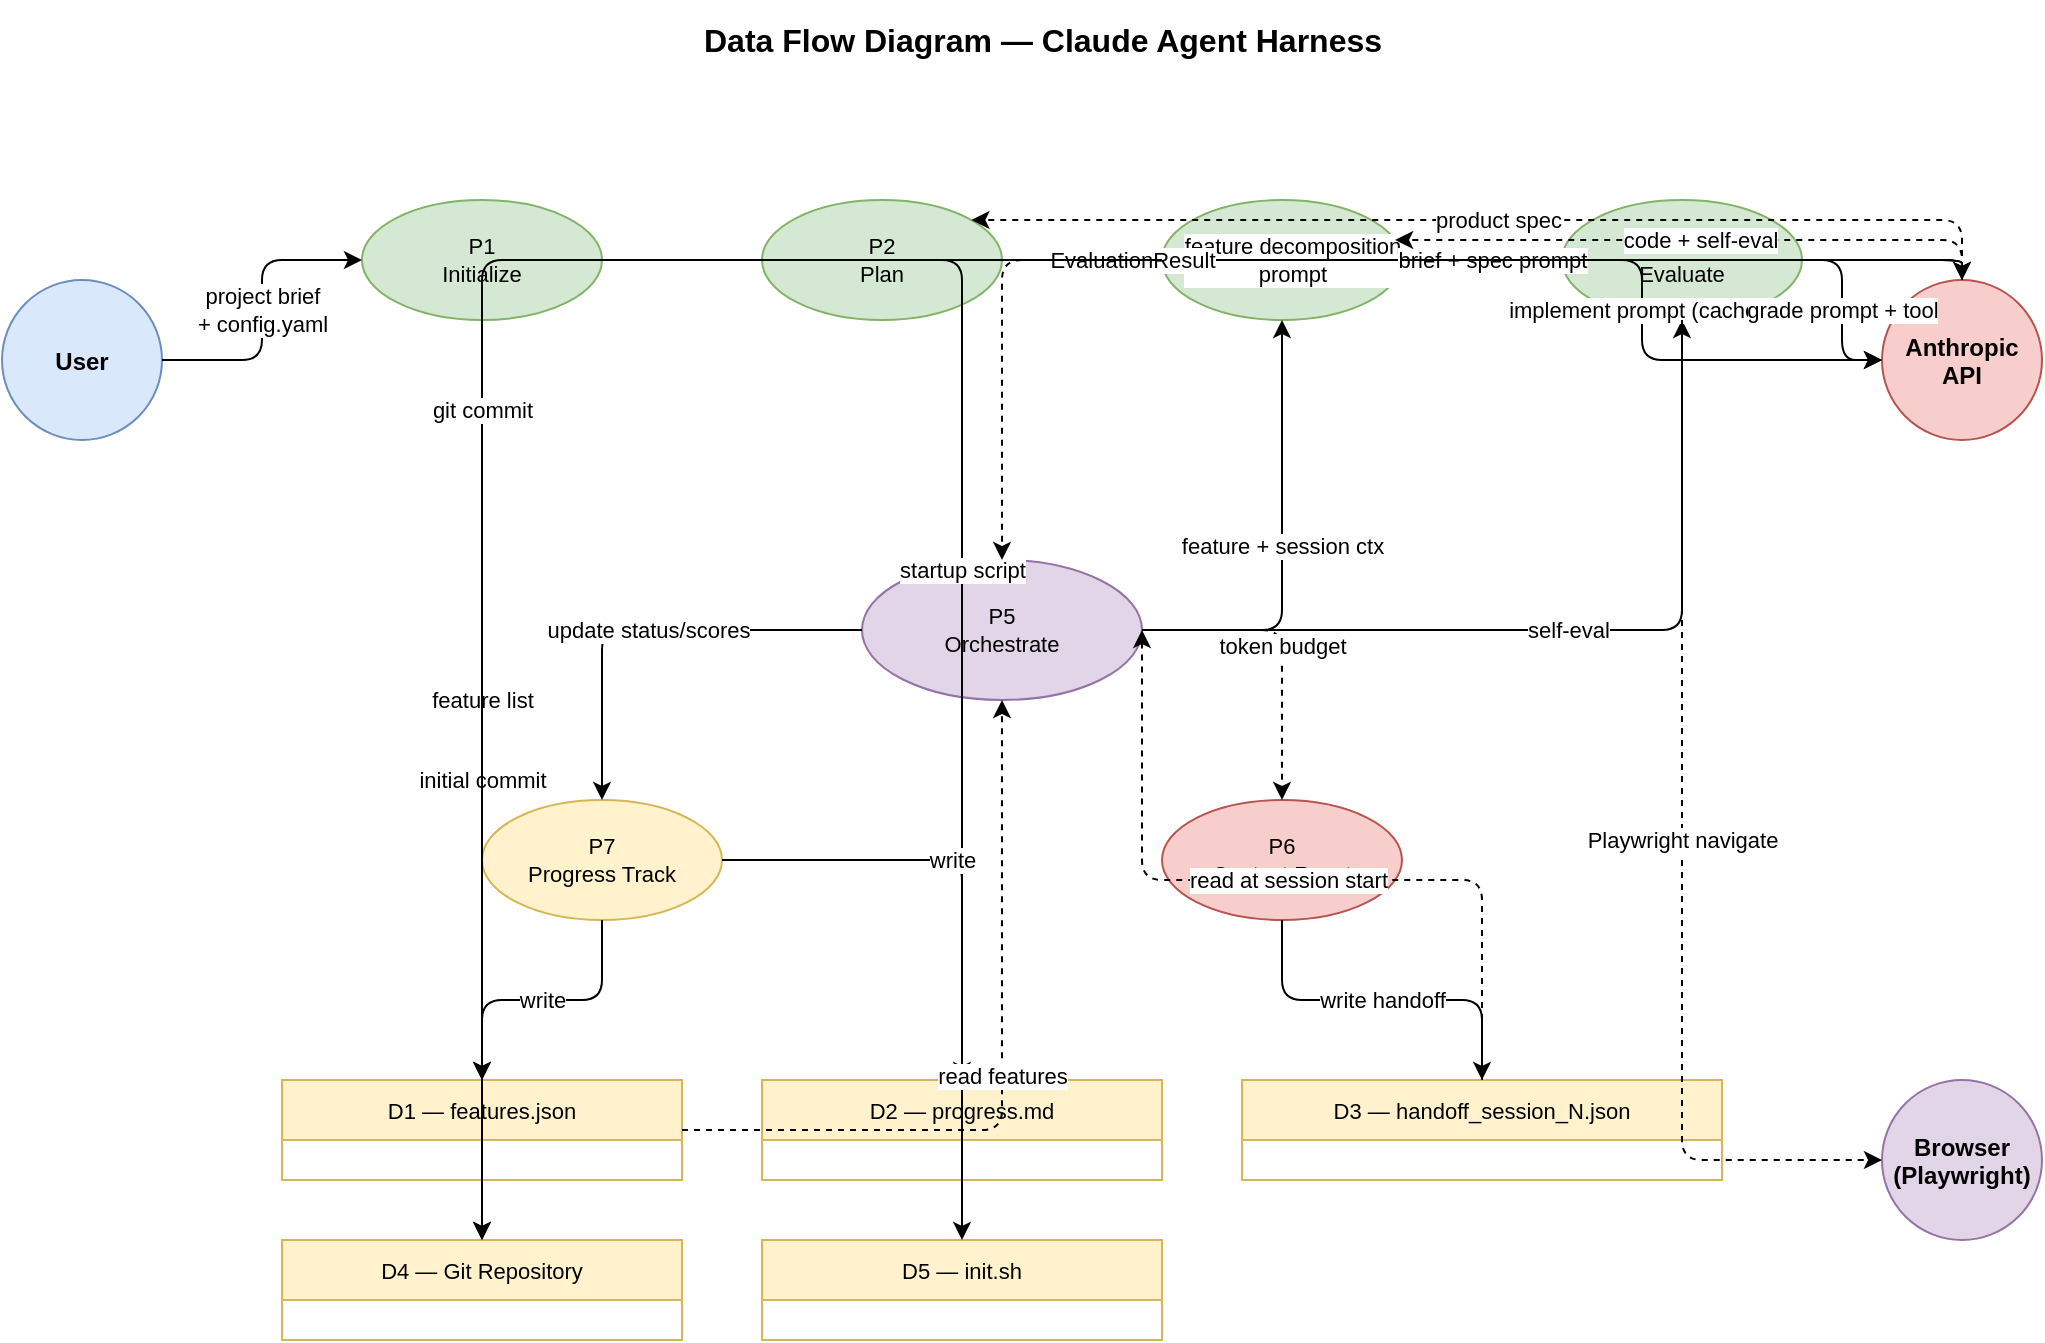
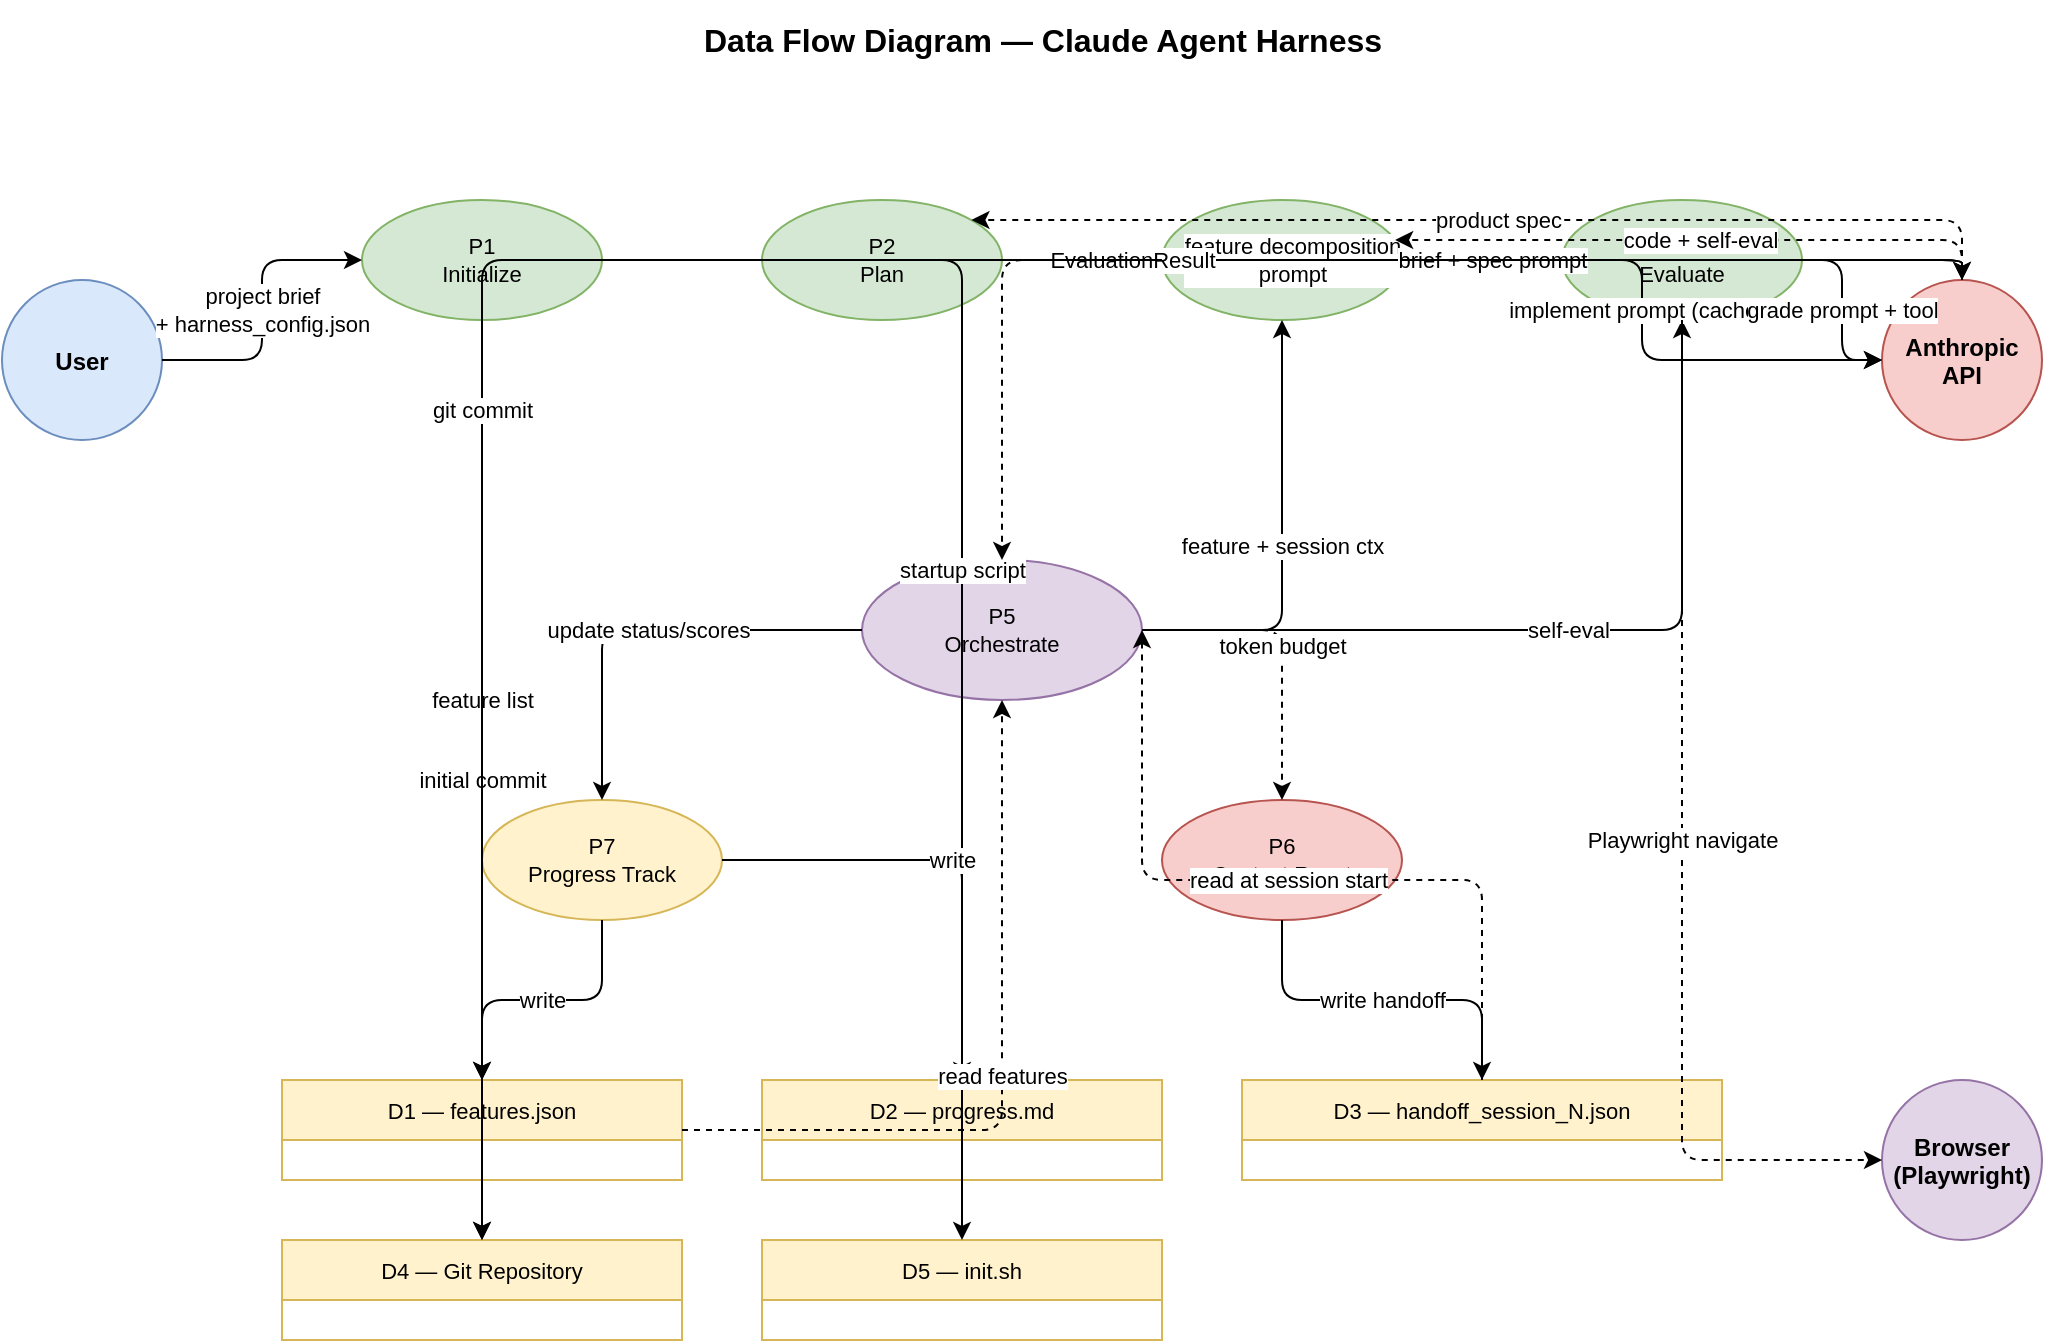
<mxfile host="Claude Code" modified="2026-05-03" version="21.0.0">
  <diagram name="Data Flow Diagram" id="dfd">
    <mxGraphModel dx="1422" dy="762" grid="1" gridSize="10" guides="1" tooltips="1" connect="1" arrows="1" fold="1" page="1" pageScale="1" pageWidth="1169" pageHeight="827" math="0" shadow="0">
      <root>
        <mxCell id="0" />
        <mxCell id="1" parent="0" />

        <!-- Title -->
        <mxCell id="title" value="Data Flow Diagram — Claude Agent Harness" style="text;html=1;strokeColor=none;fillColor=none;align=center;verticalAlign=middle;fontStyle=1;fontSize=16;" vertex="1" parent="1">
          <mxGeometry x="100" y="20" width="960" height="40" as="geometry" />
        </mxCell>

        <!-- External entities -->
        <mxCell id="user"    value="User" style="shape=mxgraph.flowchart.start_2;fillColor=#dae8fc;strokeColor=#6c8ebf;fontStyle=1;fontSize=12;" vertex="1" parent="1"><mxGeometry x="60"  y="160" width="80" height="80" as="geometry"/></mxCell>
        <mxCell id="claude"  value="Anthropic&#xa;API" style="shape=mxgraph.flowchart.start_2;fillColor=#f8cecc;strokeColor=#b85450;fontStyle=1;fontSize=12;" vertex="1" parent="1"><mxGeometry x="1000" y="160" width="80" height="80" as="geometry"/></mxCell>
        <mxCell id="browser" value="Browser&#xa;(Playwright)" style="shape=mxgraph.flowchart.start_2;fillColor=#e1d5e7;strokeColor=#9673a6;fontStyle=1;fontSize=12;" vertex="1" parent="1"><mxGeometry x="1000" y="560" width="80" height="80" as="geometry"/></mxCell>

        <!-- Processes -->
        <mxCell id="p1" value="P1&#xa;Initialize" style="ellipse;whiteSpace=wrap;html=1;fillColor=#d5e8d4;strokeColor=#82b366;fontSize=11;" vertex="1" parent="1"><mxGeometry x="240" y="120" width="120" height="60" as="geometry"/></mxCell>
        <mxCell id="p2" value="P2&#xa;Plan" style="ellipse;whiteSpace=wrap;html=1;fillColor=#d5e8d4;strokeColor=#82b366;fontSize=11;" vertex="1" parent="1"><mxGeometry x="440" y="120" width="120" height="60" as="geometry"/></mxCell>
        <mxCell id="p3" value="P3&#xa;Generate" style="ellipse;whiteSpace=wrap;html=1;fillColor=#d5e8d4;strokeColor=#82b366;fontSize=11;" vertex="1" parent="1"><mxGeometry x="640" y="120" width="120" height="60" as="geometry"/></mxCell>
        <mxCell id="p4" value="P4&#xa;Evaluate" style="ellipse;whiteSpace=wrap;html=1;fillColor=#d5e8d4;strokeColor=#82b366;fontSize=11;" vertex="1" parent="1"><mxGeometry x="840" y="120" width="120" height="60" as="geometry"/></mxCell>
        <mxCell id="p5" value="P5&#xa;Orchestrate" style="ellipse;whiteSpace=wrap;html=1;fillColor=#e1d5e7;strokeColor=#9673a6;fontSize=11;" vertex="1" parent="1"><mxGeometry x="490" y="300" width="140" height="70" as="geometry"/></mxCell>
        <mxCell id="p6" value="P6&#xa;Context Reset" style="ellipse;whiteSpace=wrap;html=1;fillColor=#f8cecc;strokeColor=#b85450;fontSize=11;" vertex="1" parent="1"><mxGeometry x="640" y="420" width="120" height="60" as="geometry"/></mxCell>
        <mxCell id="p7" value="P7&#xa;Progress Track" style="ellipse;whiteSpace=wrap;html=1;fillColor=#fff2cc;strokeColor=#d6b656;fontSize=11;" vertex="1" parent="1"><mxGeometry x="300" y="420" width="120" height="60" as="geometry"/></mxCell>

        <!-- Data stores -->
        <mxCell id="ds1" value="D1 — features.json" style="shape=table;startSize=30;fillColor=#fff2cc;strokeColor=#d6b656;fontSize=11;" vertex="1" parent="1"><mxGeometry x="200" y="560" width="200" height="50" as="geometry"/></mxCell>
        <mxCell id="ds2" value="D2 — progress.md" style="shape=table;startSize=30;fillColor=#fff2cc;strokeColor=#d6b656;fontSize=11;" vertex="1" parent="1"><mxGeometry x="440" y="560" width="200" height="50" as="geometry"/></mxCell>
        <mxCell id="ds3" value="D3 — handoff_session_N.json" style="shape=table;startSize=30;fillColor=#fff2cc;strokeColor=#d6b656;fontSize=11;" vertex="1" parent="1"><mxGeometry x="680" y="560" width="240" height="50" as="geometry"/></mxCell>
        <mxCell id="ds4" value="D4 — Git Repository" style="shape=table;startSize=30;fillColor=#fff2cc;strokeColor=#d6b656;fontSize=11;" vertex="1" parent="1"><mxGeometry x="200" y="640" width="200" height="50" as="geometry"/></mxCell>
        <mxCell id="ds5" value="D5 — init.sh" style="shape=table;startSize=30;fillColor=#fff2cc;strokeColor=#d6b656;fontSize=11;" vertex="1" parent="1"><mxGeometry x="440" y="640" width="200" height="50" as="geometry"/></mxCell>

        <!-- Flows: User → P1 -->
-         <mxCell id="f1" value="project brief&#xa;+ config.yaml" style="edgeStyle=orthogonalEdgeStyle;html=1;" edge="1" source="user" target="p1" parent="1"><mxGeometry relative="1" as="geometry"/></mxCell>
+         <mxCell id="f1" value="project brief&#xa;+ harness_config.json" style="edgeStyle=orthogonalEdgeStyle;html=1;" edge="1" source="user" target="p1" parent="1"><mxGeometry relative="1" as="geometry"/></mxCell>

        <!-- P1 → Claude API -->
        <mxCell id="f2" value="feature decomposition&#xa;prompt" style="edgeStyle=orthogonalEdgeStyle;html=1;" edge="1" source="p1" target="claude" parent="1"><mxGeometry relative="1" as="geometry"><Array as="points"><mxPoint x="360" y="150"/><mxPoint x="1040" y="150"/></Array></mxGeometry></mxCell>

        <!-- P1 → D1, D4, D5 -->
        <mxCell id="f3" value="feature list" style="edgeStyle=orthogonalEdgeStyle;html=1;" edge="1" source="p1" target="ds1" parent="1"><mxGeometry relative="1" as="geometry"/></mxCell>
        <mxCell id="f4" value="initial commit" style="edgeStyle=orthogonalEdgeStyle;html=1;" edge="1" source="p1" target="ds4" parent="1"><mxGeometry relative="1" as="geometry"/></mxCell>
        <mxCell id="f5" value="startup script" style="edgeStyle=orthogonalEdgeStyle;html=1;" edge="1" source="p1" target="ds5" parent="1"><mxGeometry relative="1" as="geometry"/></mxCell>

        <!-- P2 → Claude API -->
        <mxCell id="f6" value="brief + spec prompt" style="edgeStyle=orthogonalEdgeStyle;html=1;" edge="1" source="p2" target="claude" parent="1"><mxGeometry relative="1" as="geometry"><Array as="points"><mxPoint x="500" y="150"/><mxPoint x="1040" y="150"/></Array></mxGeometry></mxCell>

        <!-- Claude → P2 -->
        <mxCell id="f7" value="product spec" style="edgeStyle=orthogonalEdgeStyle;html=1;dashed=1;" edge="1" source="claude" target="p2" parent="1"><mxGeometry relative="1" as="geometry"><Array as="points"><mxPoint x="1040" y="130"/><mxPoint x="500" y="130"/></Array></mxGeometry></mxCell>

        <!-- P5 orchestrates P3, P4 -->
        <mxCell id="f8" value="feature + session ctx" style="edgeStyle=orthogonalEdgeStyle;html=1;" edge="1" source="p5" target="p3" parent="1"><mxGeometry relative="1" as="geometry"/></mxCell>
        <mxCell id="f9" value="self-eval" style="edgeStyle=orthogonalEdgeStyle;html=1;" edge="1" source="p5" target="p4" parent="1"><mxGeometry relative="1" as="geometry"/></mxCell>

        <!-- P3 → Claude API -->
        <mxCell id="f10" value="implement prompt (cached)" style="edgeStyle=orthogonalEdgeStyle;html=1;" edge="1" source="p3" target="claude" parent="1"><mxGeometry relative="1" as="geometry"/></mxCell>
        <!-- Claude → P3 -->
        <mxCell id="f11" value="code + self-eval" style="edgeStyle=orthogonalEdgeStyle;html=1;dashed=1;" edge="1" source="claude" target="p3" parent="1"><mxGeometry relative="1" as="geometry"><Array as="points"><mxPoint x="1040" y="140"/><mxPoint x="700" y="140"/></Array></mxGeometry></mxCell>

        <!-- P4 → Claude API + browser -->
        <mxCell id="f12" value="grade prompt + tool" style="edgeStyle=orthogonalEdgeStyle;html=1;" edge="1" source="p4" target="claude" parent="1"><mxGeometry relative="1" as="geometry"/></mxCell>
        <mxCell id="f13" value="Playwright navigate" style="edgeStyle=orthogonalEdgeStyle;html=1;dashed=1;" edge="1" source="p4" target="browser" parent="1"><mxGeometry relative="1" as="geometry"><Array as="points"><mxPoint x="900" y="180"/><mxPoint x="900" y="600"/><mxPoint x="1000" y="600"/></Array></mxGeometry></mxCell>

        <!-- P4 → P5: eval result -->
        <mxCell id="f14" value="EvaluationResult" style="edgeStyle=orthogonalEdgeStyle;html=1;dashed=1;" edge="1" source="p4" target="p5" parent="1"><mxGeometry relative="1" as="geometry"/></mxCell>

        <!-- P3 → D4 -->
        <mxCell id="f15" value="git commit" style="edgeStyle=orthogonalEdgeStyle;html=1;" edge="1" source="p3" target="ds4" parent="1"><mxGeometry relative="1" as="geometry"/></mxCell>

        <!-- P5 → P7 -->
        <mxCell id="f16" value="update status/scores" style="edgeStyle=orthogonalEdgeStyle;html=1;" edge="1" source="p5" target="p7" parent="1"><mxGeometry relative="1" as="geometry"/></mxCell>

        <!-- P7 → D1, D2 -->
        <mxCell id="f17" value="write" style="edgeStyle=orthogonalEdgeStyle;html=1;" edge="1" source="p7" target="ds1" parent="1"><mxGeometry relative="1" as="geometry"/></mxCell>
        <mxCell id="f18" value="write" style="edgeStyle=orthogonalEdgeStyle;html=1;" edge="1" source="p7" target="ds2" parent="1"><mxGeometry relative="1" as="geometry"/></mxCell>

        <!-- D1 → P5 (read at session start) -->
        <mxCell id="f19" value="read features" style="edgeStyle=orthogonalEdgeStyle;html=1;dashed=1;" edge="1" source="ds1" target="p5" parent="1"><mxGeometry relative="1" as="geometry"/></mxCell>

        <!-- P5 → P6 (context reset) -->
        <mxCell id="f20" value="token budget" style="edgeStyle=orthogonalEdgeStyle;html=1;dashed=1;" edge="1" source="p5" target="p6" parent="1"><mxGeometry relative="1" as="geometry"/></mxCell>

        <!-- P6 → D3 -->
        <mxCell id="f21" value="write handoff" style="edgeStyle=orthogonalEdgeStyle;html=1;" edge="1" source="p6" target="ds3" parent="1"><mxGeometry relative="1" as="geometry"/></mxCell>

        <!-- D3 → P5 (session resume) -->
        <mxCell id="f22" value="read at session start" style="edgeStyle=orthogonalEdgeStyle;html=1;dashed=1;" edge="1" source="ds3" target="p5" parent="1"><mxGeometry relative="1" as="geometry"><Array as="points"><mxPoint x="800" y="585"/><mxPoint x="800" y="460"/><mxPoint x="630" y="370"/></Array></mxGeometry></mxCell>

      </root>
    </mxGraphModel>
  </diagram>
</mxfile>
